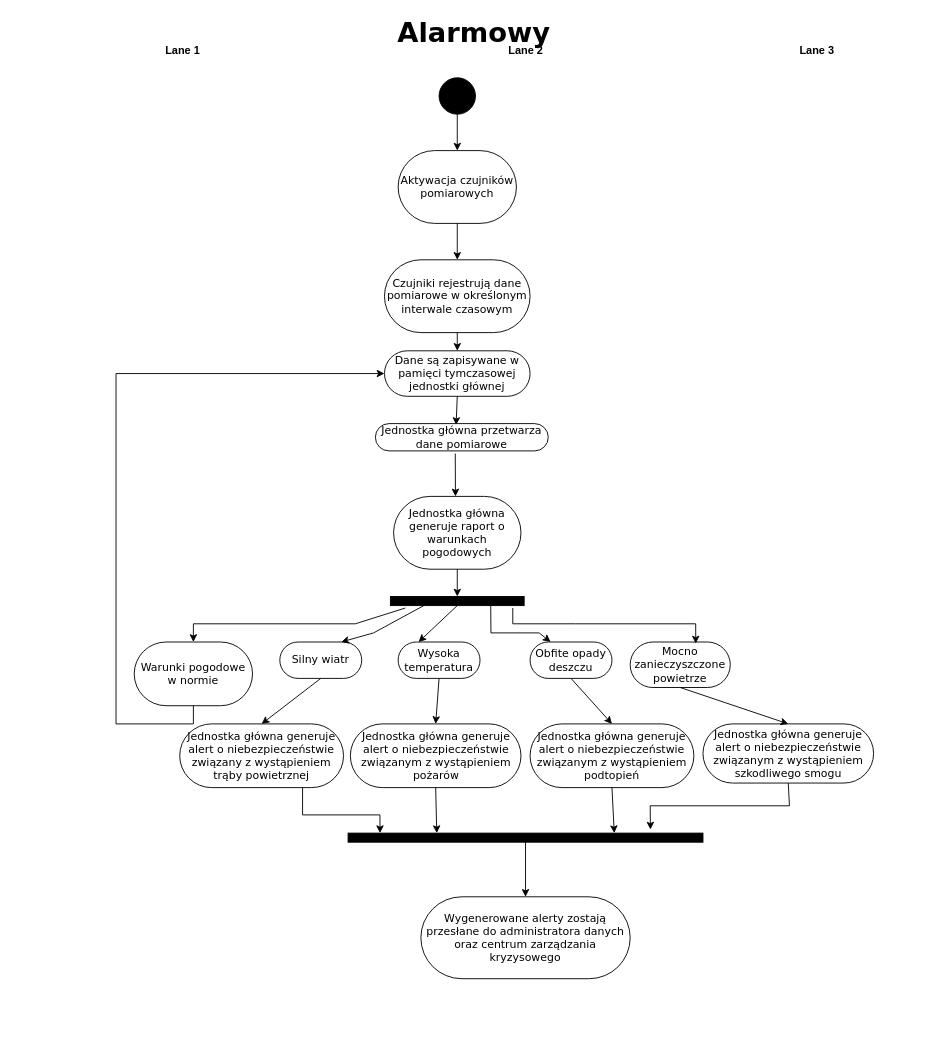
Earlier version of the draw.io diagram alarmowy.drawio (zawoj/Wbudowane). Source tidied: cells renumbered, new cells numbered last; positions are measured from the earlier drawing's top-left corner, leaving out a move shared by most shapes. Both pictures are drawn from the tidied source at 91%, with x=0, y=0 at pixel (15, 23).
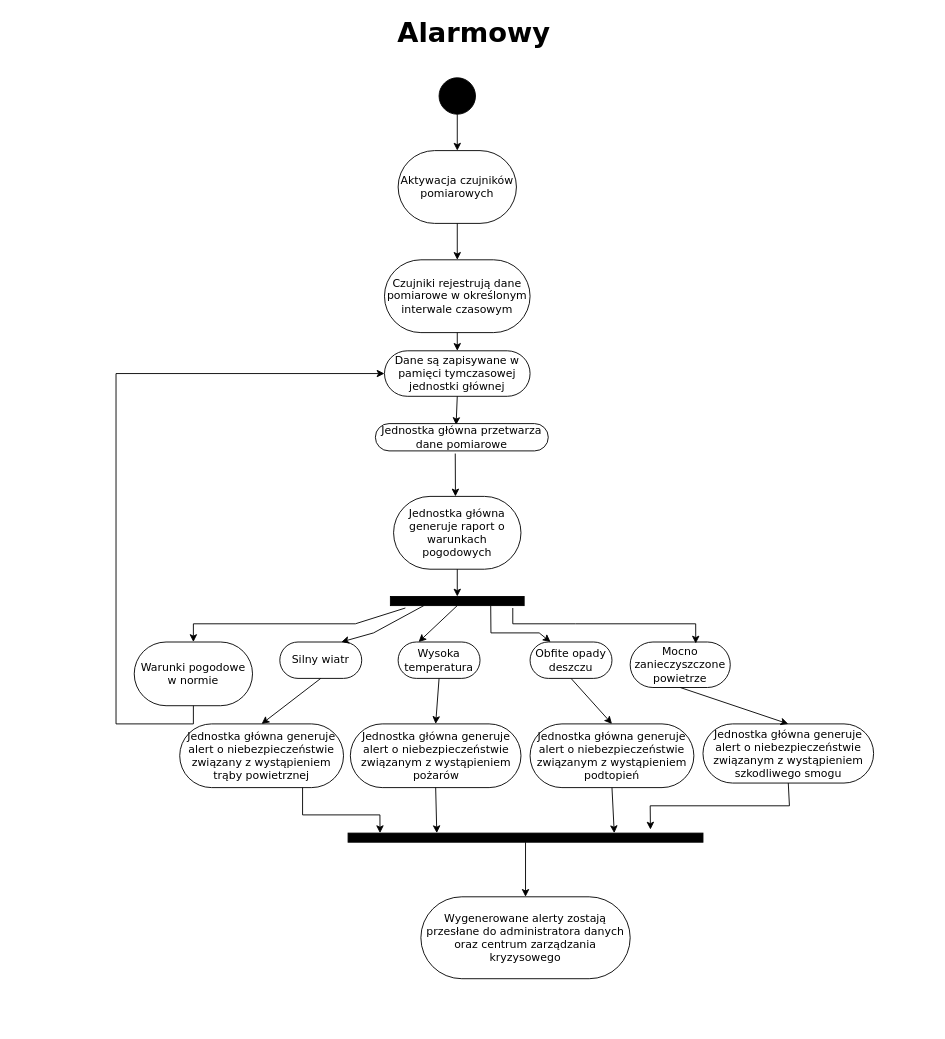
Above is the later version.

Commit message:
remove line labels

Unchanged cells that the change refers to:
```xml
<mxCell id="2" value="&lt;font style=&quot;font-size: 30px;&quot;&gt;Alarmowy&lt;/font&gt;" style="swimlane;html=1;startSize=20;rounded=0;shadow=0;comic=0;labelBackgroundColor=none;strokeWidth=1;fontFamily=Verdana;fontSize=12;align=center;fillColor=none;strokeColor=none;" parent="1" vertex="1">
  <mxGeometry width="1005" height="1100" as="geometry" />
</mxCell>
```

The edit, as a diff of the source:
```diff
@@
-    <mxCell id="3" value="Lane 1" style="swimlane;html=1;startSize=20;fillColor=none;strokeColor=none;" parent="2" vertex="1">
+    <mxCell id="3" style="swimlane;html=1;startSize=20;fillColor=none;strokeColor=none;" parent="2" vertex="1">
       <mxGeometry y="20" width="365" height="1080" as="geometry" />
     </mxCell>
@@
-    <mxCell id="8" value="Lane 2" style="swimlane;html=1;startSize=20;fillColor=none;strokeColor=none;" parent="2" vertex="1">
+    <mxCell id="8" style="swimlane;html=1;startSize=20;fillColor=none;strokeColor=none;" parent="2" vertex="1">
       <mxGeometry x="365" y="20" width="390" height="1080" as="geometry" />
     </mxCell>
@@
-    <mxCell id="37" value="Lane 3" style="swimlane;html=1;startSize=20;fillColor=none;strokeColor=none;" parent="2" vertex="1">
+    <mxCell id="37" style="swimlane;html=1;startSize=20;fillColor=none;strokeColor=none;" parent="2" vertex="1">
       <mxGeometry x="755" y="20" width="250" height="1080" as="geometry" />
     </mxCell>
```
